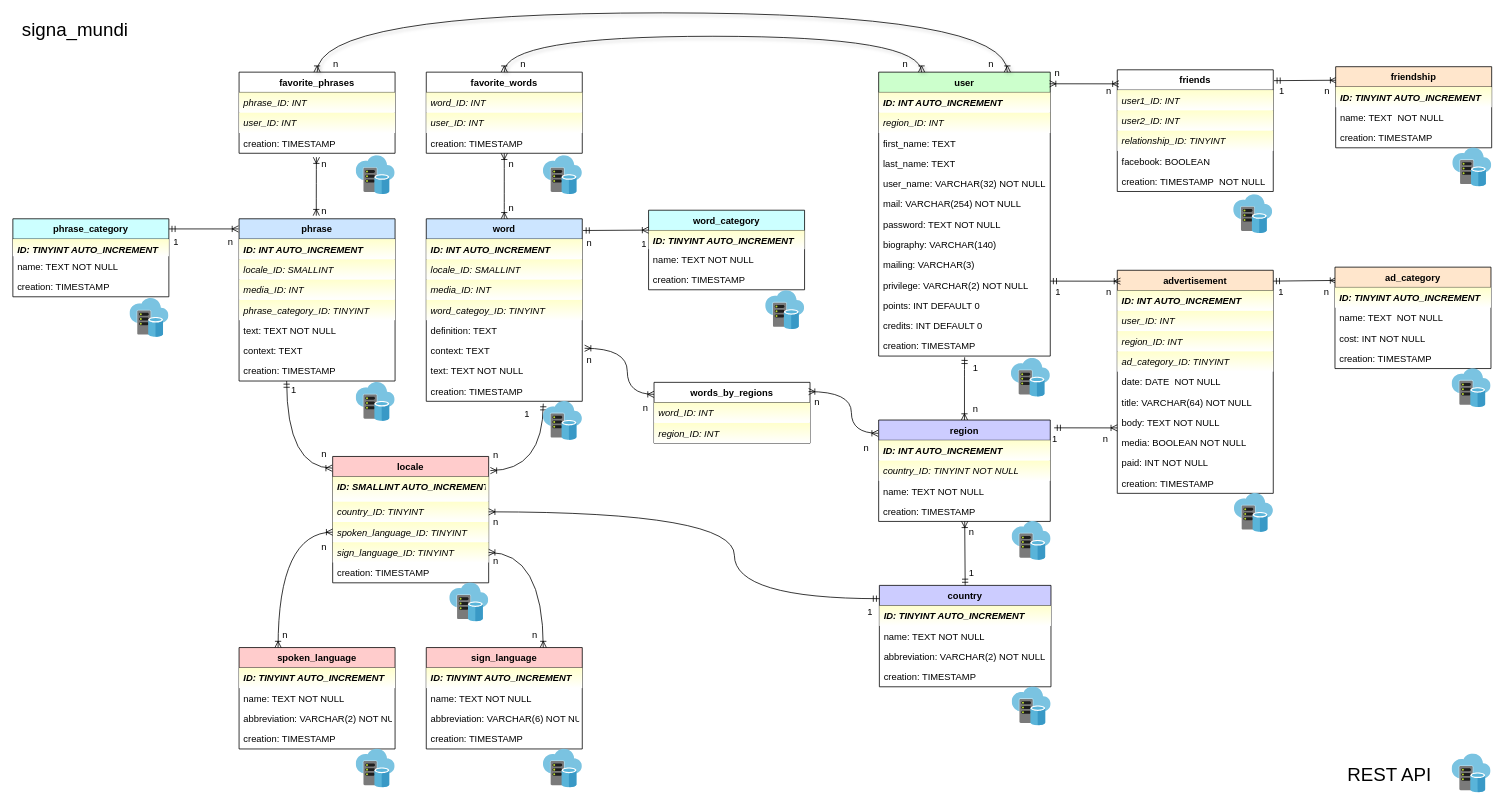
Before: SQL/Diagram.drawio in Dialvive/HandsApp-API, a draw.io diagram. Source tidied: cells renumbered, new cells numbered last; positions are measured from the earlier drawing's top-left corner, leaving out a move shared by most shapes. Both pictures are drawn from the tidied source at 78%, with x=0, y=0 at pixel (12, 12).
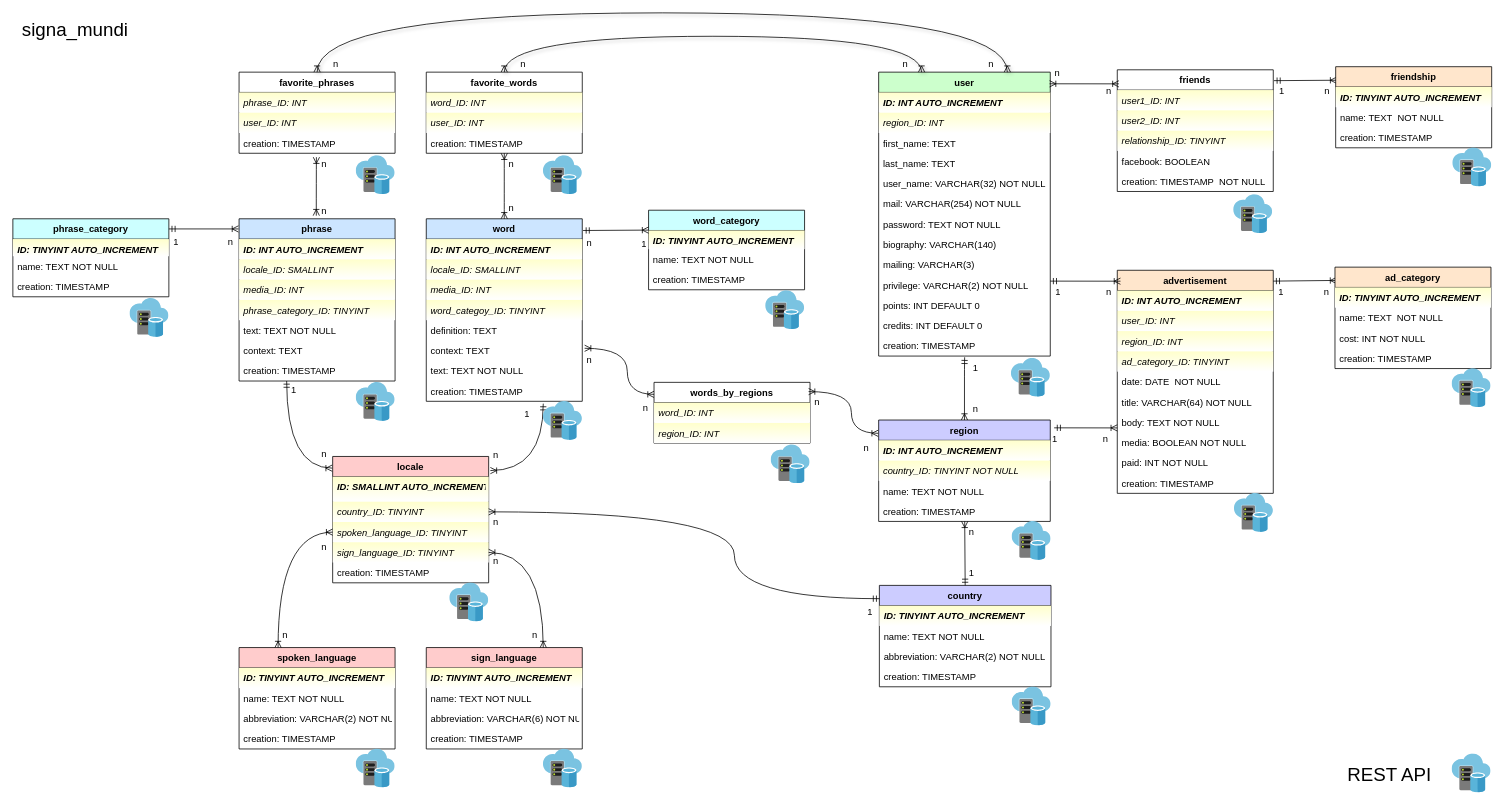
After the change.

Diff of the diagram source:
```diff
@@
+    <mxCell id="183" style="html=1;align=center;image;fontSize=12;image=img/lib/mscae/Virtual_Datacenter.svg;" parent="1" vertex="1">
+      <mxGeometry x="972" y="553.7" width="50" height="50" as="geometry" />
+    </mxCell>
```
